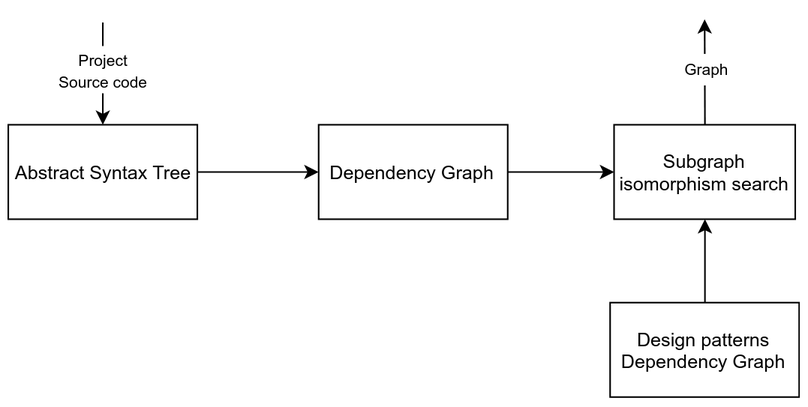
This is images/general_architecture_3_1.png from phamngocquy/thesis, a draw.io export, as it was before one commit. Source tidied: cells renumbered, new cells last; positions are measured from the earlier drawing's top-left corner, leaving out a move shared by most shapes.
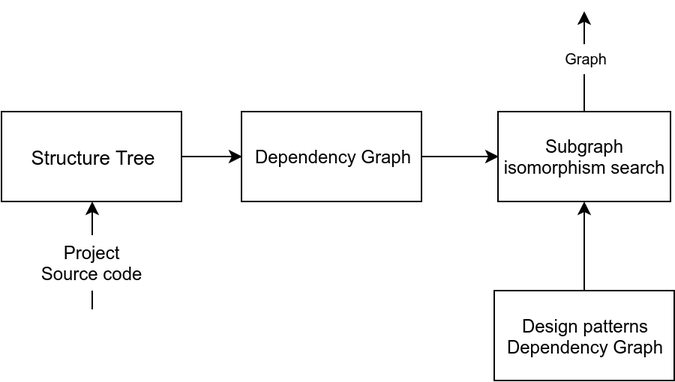
After the change.

What changed in the source:
```diff
@@ -2,44 +2,44 @@
   <root>
     <mxCell id="0" />
     <mxCell id="1" parent="0" />
-    <mxCell id="2" value="Abstract Syntax Tree" style="rounded=0;whiteSpace=wrap;html=1;" parent="1" vertex="1">
-      <mxGeometry y="67" width="120" height="60" as="geometry" />
-    </mxCell>
     <mxCell id="3" value="Dependency Graph" style="rounded=0;whiteSpace=wrap;html=1;" parent="1" vertex="1">
-      <mxGeometry x="197" y="67" width="120" height="60" as="geometry" />
+      <mxGeometry x="213.5" y="67" width="120" height="60" as="geometry" />
     </mxCell>
     <mxCell id="4" value="Subgraph isomorphism search" style="rounded=0;whiteSpace=wrap;html=1;" parent="1" vertex="1">
       <mxGeometry x="384.5" y="67" width="115" height="60" as="geometry" />
     </mxCell>
-    <mxCell id="5" style="endArrow=classic;html=1;" parent="1" edge="1" target="2">
-      <mxGeometry relative="1" as="geometry">
-        <mxPoint x="60" y="2" as="sourcePoint" />
-      </mxGeometry>
-    </mxCell>
     <mxCell id="6" style="endArrow=classic;html=1;exitX=0.5;exitY=0;exitDx=0;exitDy=0;" parent="1" edge="1" source="4">
       <mxGeometry relative="1" as="geometry">
         <mxPoint x="442" as="targetPoint" />
       </mxGeometry>
     </mxCell>
-    <mxCell id="7" style="endArrow=classic;html=1;entryX=0;entryY=0.5;entryDx=0;entryDy=0;exitX=1;exitY=0.5;exitDx=0;exitDy=0;" parent="1" edge="1" source="2" target="3">
-      <mxGeometry relative="1" as="geometry" />
-    </mxCell>
     <mxCell id="8" style="endArrow=classic;html=1;entryX=0;entryY=0.5;entryDx=0;entryDy=0;exitX=1;exitY=0.5;exitDx=0;exitDy=0;" parent="1" edge="1" source="3" target="4">
       <mxGeometry relative="1" as="geometry" />
     </mxCell>
-    <mxCell id="9" value="&lt;font style=&quot;font-size: 10px&quot;&gt;Project Source code&lt;/font&gt;" style="text;html=1;strokeColor=none;fillColor=#ffffff;align=center;verticalAlign=middle;whiteSpace=wrap;rounded=0;" parent="1" vertex="1">
-      <mxGeometry x="28" y="17" width="65" height="30" as="geometry" />
-    </mxCell>
     <object id="10" label="&lt;font style=&quot;font-size: 10px&quot;&gt;Graph&lt;/font&gt;" name="Variable" placeholders="1">
       <mxCell style="text;html=1;strokeColor=none;fillColor=#ffffff;align=center;verticalAlign=middle;whiteSpace=wrap;overflow=hidden;fontSize=9;" parent="1" vertex="1">
         <mxGeometry x="402" y="22" width="80" height="20" as="geometry" />
       </mxCell>
     </object>
     <mxCell id="11" value="Design patterns&lt;br style=&quot;font-size: 12px;&quot;&gt;Dependency Graph&lt;br style=&quot;font-size: 12px;&quot;&gt;" style="rounded=0;whiteSpace=wrap;html=1;fillColor=#ffffff;fontSize=12;" parent="1" vertex="1">
-      <mxGeometry x="382" y="180" width="120" height="60" as="geometry" />
+      <mxGeometry x="382" y="186.5" width="120" height="60" as="geometry" />
     </mxCell>
-    <mxCell id="12" style="endArrow=classic;html=1;fontSize=9;entryX=0.5;entryY=1;entryDx=0;entryDy=0;exitX=0.5;exitY=0;exitDx=0;exitDy=0;" parent="1" edge="1" source="11" target="4">
+    <mxCell id="12" style="endArrow=classic;html=1;fontSize=9;entryX=0.5;entryY=1;entryDx=0;entryDy=0;" parent="1" edge="1" source="11" target="4">
       <mxGeometry relative="1" as="geometry" />
     </mxCell>
+    <mxCell id="13" value="Structure Tree" style="rounded=0;whiteSpace=wrap;html=1;fontSize=13;" parent="1" vertex="1">
+      <mxGeometry x="53.5" y="67" width="120" height="60" as="geometry" />
+    </mxCell>
+    <mxCell id="14" style="endArrow=classic;html=1;fontSize=13;entryX=0.5;entryY=1;entryDx=0;entryDy=0;" parent="1" edge="1" target="13">
+      <mxGeometry relative="1" as="geometry">
+        <mxPoint x="114" y="199" as="sourcePoint" />
+      </mxGeometry>
+    </mxCell>
+    <mxCell id="9" value="&lt;span style=&quot;font-size: 12px;&quot;&gt;Project Source code&lt;/span&gt;" style="text;html=1;strokeColor=none;fillColor=#ffffff;align=center;verticalAlign=middle;whiteSpace=wrap;rounded=0;fontSize=12;" parent="1" vertex="1">
+      <mxGeometry x="75.5" y="149.5" width="76" height="37" as="geometry" />
+    </mxCell>
+    <mxCell id="15" style="endArrow=classic;html=1;fontSize=12;entryX=0;entryY=0.5;entryDx=0;entryDy=0;exitX=1;exitY=0.5;exitDx=0;exitDy=0;" parent="1" edge="1" source="13" target="3">
+      <mxGeometry relative="1" as="geometry" />
+    </mxCell>
   </root>
 </mxGraphModel>
```
